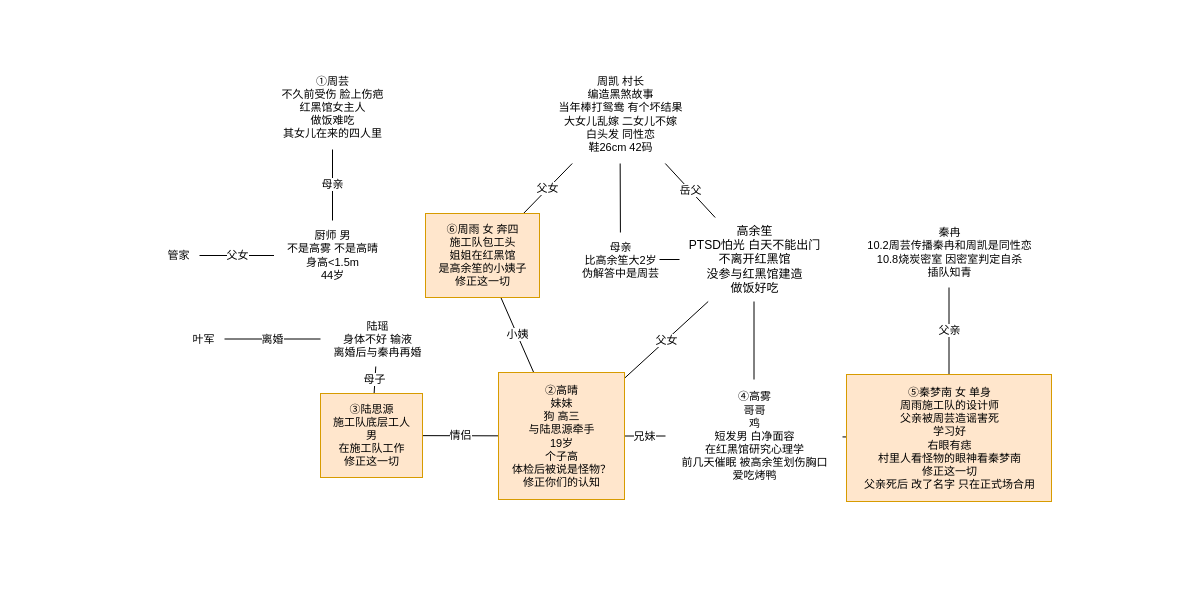
Before: page "红黑馆" (14 of 16) of 剧本杀人物关系【总图】.drawio in luboq/draw.io, a draw.io diagram. Source tidied: cells renumbered, new cells numbered last; positions are measured from the earlier drawing's top-left corner, leaving out a move shared by most shapes. Both pictures are drawn from the tidied source at 100%, with x=0, y=0 at pixel (157, 65).
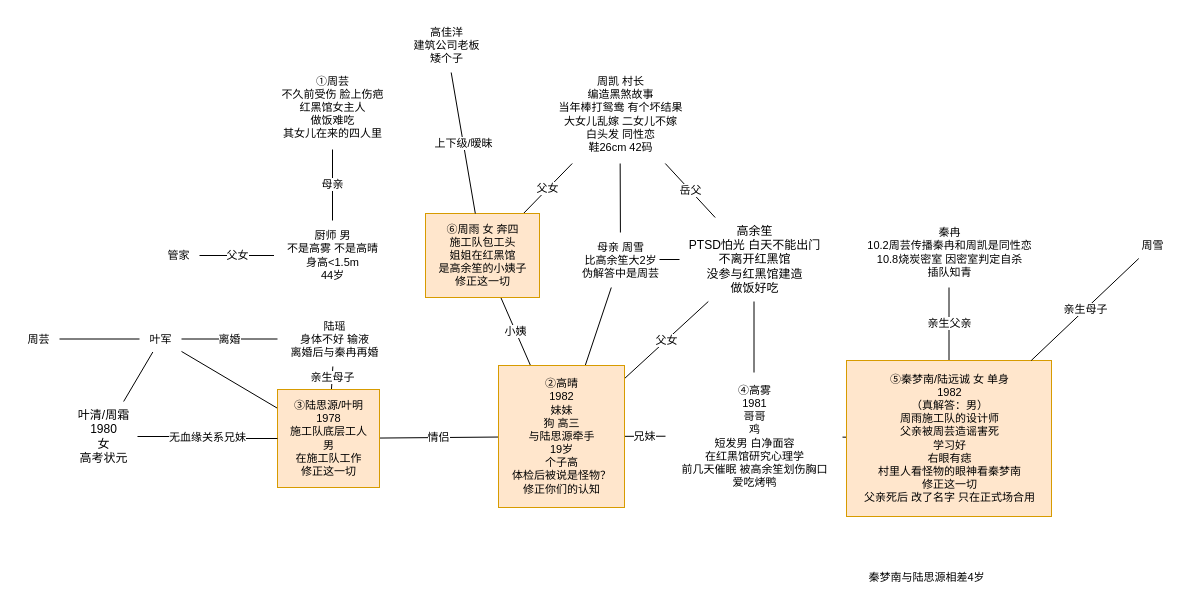
Above is the later version.

Commit message:
更新剧本杀人物关系【总图】.drawio

Unchanged cells that the change refers to:
```xml
<mxCell id="20" value="秦冉&lt;br&gt;10.2周芸传播秦冉和周凯是同性恋&lt;br&gt;10.8烧炭密室 因密室判定自杀&lt;br&gt;插队知青" style="text;html=1;align=center;verticalAlign=middle;points=[];strokeColor=none;fillColor=none;fontSize=11;fontFamily=Helvetica;fontColor=default;" parent="1" vertex="1">
  <mxGeometry x="693" y="152" width="197" height="70" as="geometry" />
</mxCell>
<mxCell id="26" value="⑥周雨 女 奔四&lt;br&gt;施工队包工头&lt;br&gt;姐姐在红黑馆&lt;br&gt;是高余笙的小姨子&lt;br&gt;修正这一切" style="text;html=1;align=center;verticalAlign=middle;points=[];strokeColor=#d79b00;fillColor=#ffe6cc;fontSize=11;fontFamily=Helvetica;" parent="1" vertex="1">
  <mxGeometry x="268" y="148" width="114" height="84" as="geometry" />
</mxCell>
```

Diff of the diagram source:
```diff
@@
+    <mxCell id="31" style="edgeStyle=none;shape=connector;rounded=0;jettySize=auto;html=1;labelBackgroundColor=default;strokeColor=default;align=center;verticalAlign=middle;fontFamily=Helvetica;fontSize=11;fontColor=default;endArrow=none;endFill=0;" parent="1" edge="1" source="10" target="12">
+      <mxGeometry relative="1" as="geometry" />
+    </mxCell>
-    <mxCell id="10" value="②高晴&lt;br&gt;妹妹&lt;br&gt;&lt;div&gt;狗 高三&lt;/div&gt;&lt;div&gt;与陆思源牵手&lt;/div&gt;&lt;div&gt;19岁&lt;/div&gt;&lt;div&gt;个子高&lt;/div&gt;&lt;div&gt;体检后被说是怪物？&lt;/div&gt;&lt;div&gt;修正你们的认知&lt;/div&gt;" style="text;html=1;align=center;verticalAlign=middle;points=[];strokeColor=#d79b00;fillColor=#ffe6cc;fontSize=11;fontFamily=Helvetica;" parent="1" vertex="1">
-      <mxGeometry x="341" y="307" width="126" height="127" as="geometry" />
+    <mxCell id="10" value="②高晴&lt;br&gt;1982&lt;br&gt;妹妹&lt;br&gt;&lt;div&gt;狗 高三&lt;/div&gt;&lt;div&gt;与陆思源牵手&lt;/div&gt;&lt;div&gt;19岁&lt;/div&gt;&lt;div&gt;个子高&lt;/div&gt;&lt;div&gt;体检后被说是怪物？&lt;/div&gt;&lt;div&gt;修正你们的认知&lt;/div&gt;" style="text;html=1;align=center;verticalAlign=middle;points=[];strokeColor=#d79b00;fillColor=#ffe6cc;fontSize=11;fontFamily=Helvetica;" parent="1" vertex="1">
+      <mxGeometry x="341" y="300" width="126" height="142" as="geometry" />
     </mxCell>
@@
-    <mxCell id="12" value="母亲&lt;br&gt;比高余笙大2岁&lt;br&gt;伪解答中是周芸" style="text;html=1;align=center;verticalAlign=middle;points=[];strokeColor=none;fillColor=none;fontSize=11;fontFamily=Helvetica;fontColor=default;" parent="1" vertex="1">
+    <mxCell id="12" value="母亲 周雪&lt;br&gt;比高余笙大2岁&lt;br&gt;伪解答中是周芸" style="text;html=1;align=center;verticalAlign=middle;points=[];strokeColor=none;fillColor=none;fontSize=11;fontFamily=Helvetica;fontColor=default;" parent="1" vertex="1">
       <mxGeometry x="412" y="167" width="102" height="55" as="geometry" />
     </mxCell>
@@
-    <mxCell id="15" value="④高雾&lt;br&gt;哥哥&lt;br&gt;鸡&lt;br&gt;短发男 白净面容&lt;br&gt;在红黑馆研究心理学&lt;br&gt;前几天催眠 被高余笙划伤胸口&lt;br&gt;爱吃烤鸭" style="text;html=1;align=center;verticalAlign=middle;points=[];strokeColor=none;fillColor=none;fontSize=11;fontFamily=Helvetica;fontColor=default;" parent="1" vertex="1">
-      <mxGeometry x="508" y="314" width="177" height="113" as="geometry" />
+    <mxCell id="15" value="④高雾&lt;br&gt;1981&lt;br&gt;哥哥&lt;br&gt;鸡&lt;br&gt;短发男 白净面容&lt;br&gt;在红黑馆研究心理学&lt;br&gt;前几天催眠 被高余笙划伤胸口&lt;br&gt;爱吃烤鸭" style="text;html=1;align=center;verticalAlign=middle;points=[];strokeColor=none;fillColor=none;fontSize=11;fontFamily=Helvetica;fontColor=default;" parent="1" vertex="1">
+      <mxGeometry x="508" y="307" width="177" height="127" as="geometry" />
     </mxCell>
-    <mxCell id="16" value="母子" style="edgeStyle=none;shape=connector;rounded=0;jettySize=auto;html=1;labelBackgroundColor=default;strokeColor=default;fontFamily=Helvetica;fontSize=11;fontColor=default;endArrow=none;endFill=0;" parent="1" edge="1" source="17" target="29">
+    <mxCell id="16" value="亲生母子" style="edgeStyle=none;shape=connector;rounded=0;jettySize=auto;html=1;labelBackgroundColor=default;strokeColor=default;fontFamily=Helvetica;fontSize=11;fontColor=default;endArrow=none;endFill=0;" parent="1" edge="1" source="17" target="29">
       <mxGeometry relative="1" as="geometry" />
     </mxCell>
+    <mxCell id="32" style="rounded=0;jettySize=auto;html=1;endArrow=none;endFill=0;" parent="1" edge="1" source="17" target="30">
+      <mxGeometry relative="1" as="geometry" />
+    </mxCell>
-    <mxCell id="17" value="③陆思源&lt;br&gt;施工队底层工人&lt;br&gt;男&lt;br&gt;在施工队工作&lt;br&gt;修正这一切" style="text;html=1;align=center;verticalAlign=middle;points=[];strokeColor=#d79b00;fillColor=#ffe6cc;fontSize=11;fontFamily=Helvetica;" parent="1" vertex="1">
-      <mxGeometry x="163" y="328" width="102" height="84" as="geometry" />
+    <mxCell id="17" value="③陆思源/叶明&lt;br&gt;1978&lt;br&gt;施工队底层工人&lt;br&gt;男&lt;br&gt;在施工队工作&lt;br&gt;修正这一切" style="text;html=1;align=center;verticalAlign=middle;points=[];strokeColor=#d79b00;fillColor=#ffe6cc;fontSize=11;fontFamily=Helvetica;" parent="1" vertex="1">
+      <mxGeometry x="120" y="324" width="102" height="98" as="geometry" />
     </mxCell>
-    <mxCell id="18" value="父亲" style="edgeStyle=none;shape=connector;rounded=0;jettySize=auto;html=1;labelBackgroundColor=default;strokeColor=default;fontFamily=Helvetica;fontSize=11;fontColor=default;endArrow=none;endFill=0;" parent="1" edge="1" source="19" target="20">
+    <mxCell id="18" value="亲生父亲" style="edgeStyle=none;shape=connector;rounded=0;jettySize=auto;html=1;labelBackgroundColor=default;strokeColor=default;fontFamily=Helvetica;fontSize=11;fontColor=default;endArrow=none;endFill=0;" parent="1" edge="1" source="19" target="20">
       <mxGeometry relative="1" as="geometry" />
     </mxCell>
-    <mxCell id="19" value="⑤秦梦南 女 单身&lt;br&gt;&lt;div&gt;周雨施工队的设计师&lt;/div&gt;&lt;div&gt;父亲被周芸造谣害死&lt;/div&gt;&lt;div&gt;学习好&lt;/div&gt;&lt;div&gt;右眼有痣&lt;/div&gt;&lt;div&gt;村里人看怪物的眼神看秦梦南&lt;/div&gt;&lt;div&gt;修正这一切&lt;/div&gt;&lt;div&gt;父亲死后 改了名字 只在正式场合用&lt;/div&gt;" style="text;html=1;align=center;verticalAlign=middle;points=[];strokeColor=#d79b00;fillColor=#ffe6cc;fontSize=11;fontFamily=Helvetica;" parent="1" vertex="1">
-      <mxGeometry x="689" y="309" width="205" height="127" as="geometry" />
+    <mxCell id="19" value="⑤秦梦南/陆远诚 女 单身&lt;br&gt;1982&lt;br&gt;（真解答：男）&lt;br&gt;&lt;div&gt;周雨施工队的设计师&lt;/div&gt;&lt;div&gt;父亲被周芸造谣害死&lt;/div&gt;&lt;div&gt;学习好&lt;/div&gt;&lt;div&gt;右眼有痣&lt;/div&gt;&lt;div&gt;村里人看怪物的眼神看秦梦南&lt;/div&gt;&lt;div&gt;修正这一切&lt;/div&gt;&lt;div&gt;父亲死后 改了名字 只在正式场合用&lt;/div&gt;" style="text;html=1;align=center;verticalAlign=middle;points=[];strokeColor=#d79b00;fillColor=#ffe6cc;fontSize=11;fontFamily=Helvetica;" parent="1" vertex="1">
+      <mxGeometry x="689" y="295" width="205" height="156" as="geometry" />
     </mxCell>
@@
     <mxCell id="29" value="陆瑶&lt;br&gt;身体不好 输液&lt;br&gt;离婚后与秦冉再婚" style="text;html=1;align=center;verticalAlign=middle;points=[];strokeColor=none;fillColor=none;fontSize=11;fontFamily=Helvetica;fontColor=default;" parent="1" vertex="1">
-      <mxGeometry x="163" y="246" width="114" height="55" as="geometry" />
+      <mxGeometry x="120" y="246" width="114" height="55" as="geometry" />
     </mxCell>
+    <mxCell id="33" style="edgeStyle=orthogonalEdgeStyle;rounded=0;jettySize=auto;html=1;endArrow=none;endFill=0;" parent="1" edge="1" source="30" target="37">
+      <mxGeometry relative="1" as="geometry" />
+    </mxCell>
     <mxCell id="30" value="叶军" style="text;html=1;align=center;verticalAlign=middle;points=[];strokeColor=none;fillColor=none;fontSize=11;fontFamily=Helvetica;fontColor=default;" parent="1" vertex="1">
-      <mxGeometry x="25" y="260.5" width="42" height="26" as="geometry" />
+      <mxGeometry x="-18" y="260.5" width="42" height="26" as="geometry" />
     </mxCell>
+    <mxCell id="34" style="rounded=0;jettySize=auto;html=1;endArrow=none;endFill=0;" parent="1" edge="1" source="36" target="30">
+      <mxGeometry relative="1" as="geometry" />
+    </mxCell>
+    <mxCell id="35" value="无血缘关系兄妹" style="edgeStyle=orthogonalEdgeStyle;rounded=0;jettySize=auto;html=1;endArrow=none;endFill=0;" parent="1" edge="1" source="36" target="17">
+      <mxGeometry relative="1" as="geometry" />
+    </mxCell>
+    <mxCell id="36" value="叶清/周霜&lt;br&gt;1980&lt;br&gt;女&lt;br&gt;高考状元" style="text;html=1;align=center;verticalAlign=middle;points=[];strokeColor=none;fillColor=none;" parent="1" vertex="1">
+      <mxGeometry x="-89" y="336" width="69" height="70" as="geometry" />
+    </mxCell>
+    <mxCell id="37" value="周芸" style="text;html=1;align=center;verticalAlign=middle;points=[];strokeColor=none;fillColor=none;fontSize=11;fontFamily=Helvetica;fontColor=default;" parent="1" vertex="1">
+      <mxGeometry x="-140" y="260.5" width="42" height="26" as="geometry" />
+    </mxCell>
+    <mxCell id="38" value="亲生母子" style="edgeStyle=none;shape=connector;rounded=0;jettySize=auto;html=1;labelBackgroundColor=default;strokeColor=default;align=center;verticalAlign=middle;fontFamily=Helvetica;fontSize=11;fontColor=default;endArrow=none;endFill=0;" parent="1" edge="1" source="39" target="19">
+      <mxGeometry relative="1" as="geometry" />
+    </mxCell>
+    <mxCell id="39" value="周雪" style="text;html=1;align=center;verticalAlign=middle;points=[];strokeColor=none;fillColor=none;fontSize=11;fontFamily=Helvetica;fontColor=default;" parent="1" vertex="1">
+      <mxGeometry x="974" y="167" width="42" height="26" as="geometry" />
+    </mxCell>
+    <mxCell id="40" value="上下级/暧昧" style="edgeStyle=none;shape=connector;rounded=0;jettySize=auto;html=1;labelBackgroundColor=default;strokeColor=default;align=center;verticalAlign=middle;fontFamily=Helvetica;fontSize=11;fontColor=default;endArrow=none;endFill=0;" parent="1" edge="1" source="41" target="26">
+      <mxGeometry relative="1" as="geometry" />
+    </mxCell>
+    <mxCell id="41" value="高佳洋&lt;br&gt;建筑公司老板&lt;br&gt;矮个子" style="text;html=1;align=center;verticalAlign=middle;points=[];strokeColor=none;fillColor=none;fontSize=11;fontFamily=Helvetica;fontColor=default;" parent="1" vertex="1">
+      <mxGeometry x="244" y="-48" width="90" height="55" as="geometry" />
+    </mxCell>
+    <mxCell id="42" value="秦梦南与陆思源相差4岁" style="text;html=1;align=center;verticalAlign=middle;strokeColor=none;fillColor=none;fontSize=11;fontFamily=Helvetica;fontColor=default;" parent="1" vertex="1">
+      <mxGeometry x="696" y="499" width="145" height="26" as="geometry" />
+    </mxCell>
```
